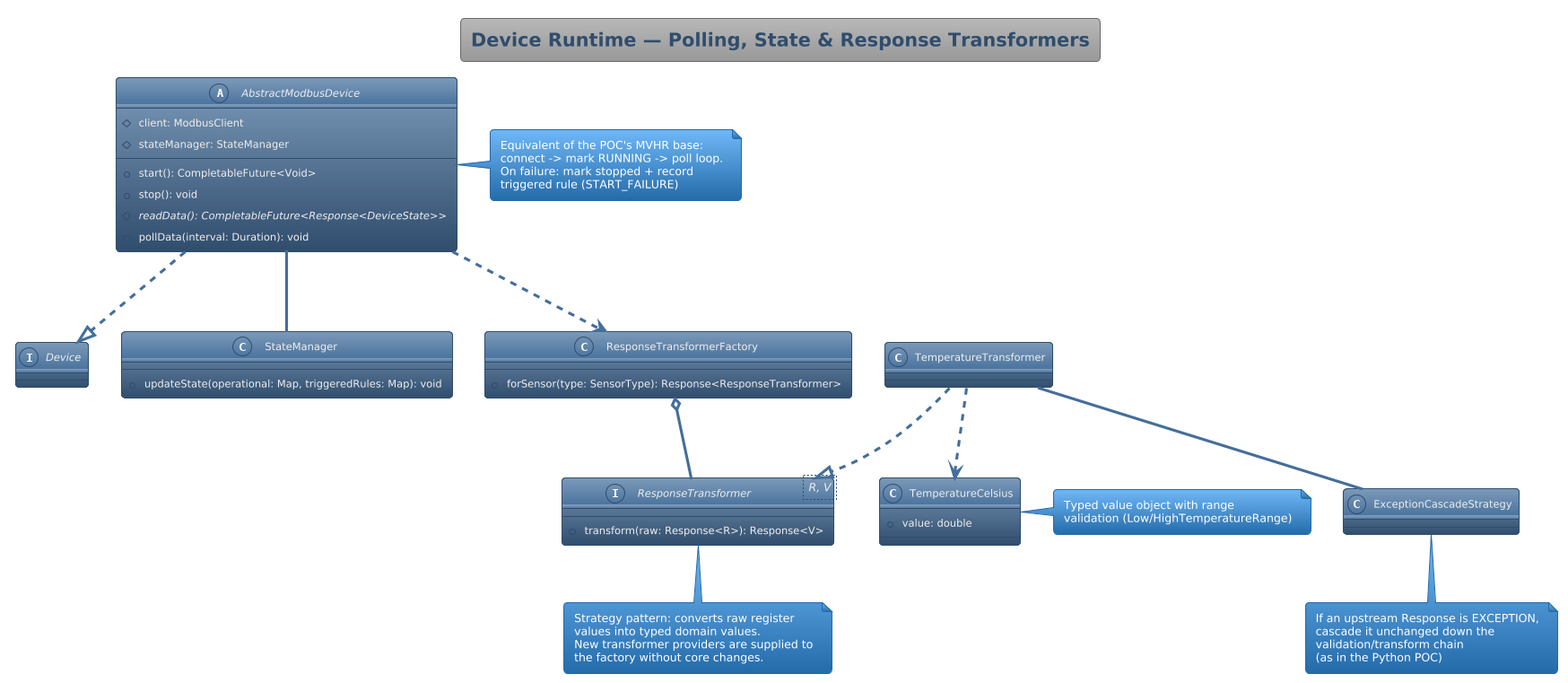
The PlantUML diagram designs/03 Device Runtime and Transformers.png in OODesigns/modbus-abstraction-layer, before a commit.
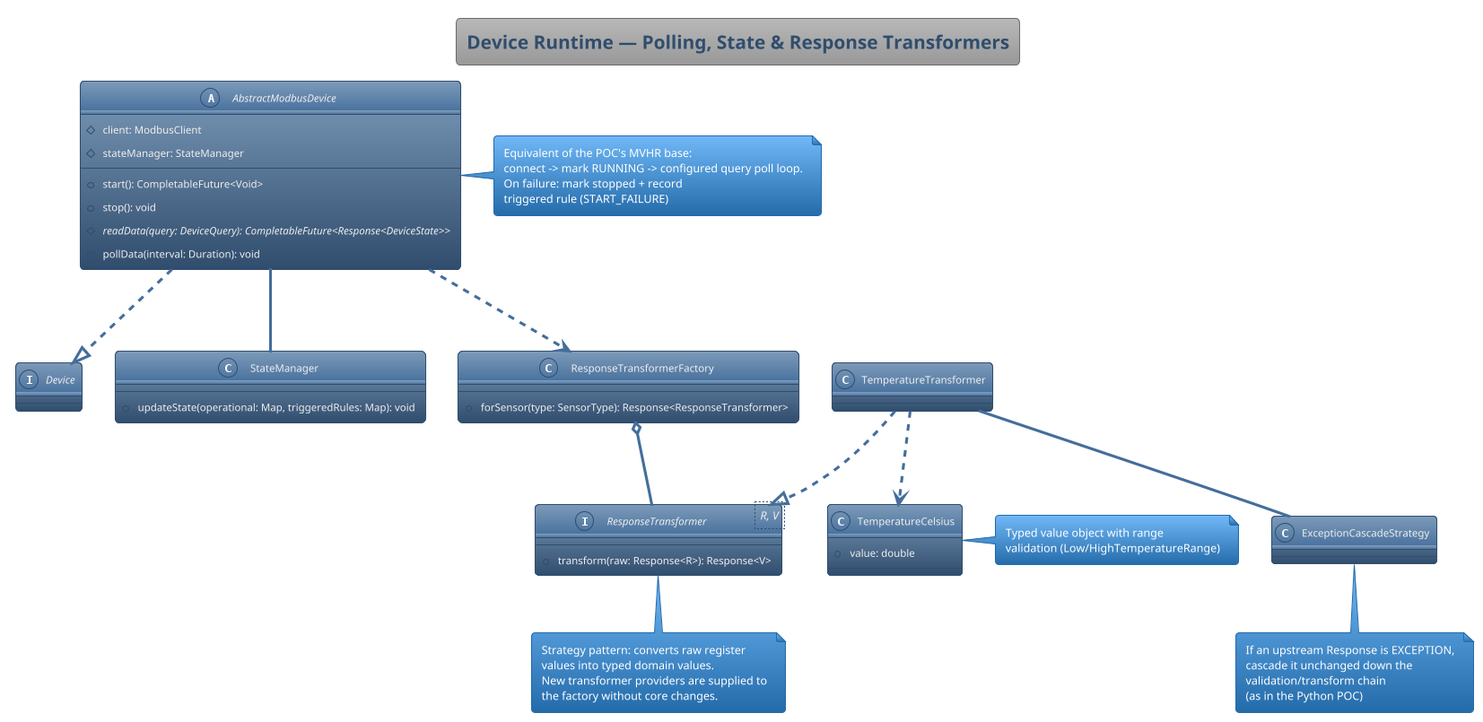
Above is the later version.

Commit message:
docs: make device reads query-driven

The edit, as a diff of the source:
```diff
@@ -8,12 +8,12 @@
   #stateManager: StateManager
   +start(): CompletableFuture<Void>
   +stop(): void
-  #{abstract} readData(): CompletableFuture<Response<DeviceState>>
+  #{abstract} readData(query: DeviceQuery): CompletableFuture<Response<DeviceState>>
   -pollData(interval: Duration): void
 }
 note right of AbstractModbusDevice
   Equivalent of the POC's MVHR base:
-  connect -> mark RUNNING -> poll loop.
+  connect -> mark RUNNING -> configured query poll loop.
   On failure: mark stopped + record
   triggered rule (START_FAILURE)
 end note
```
